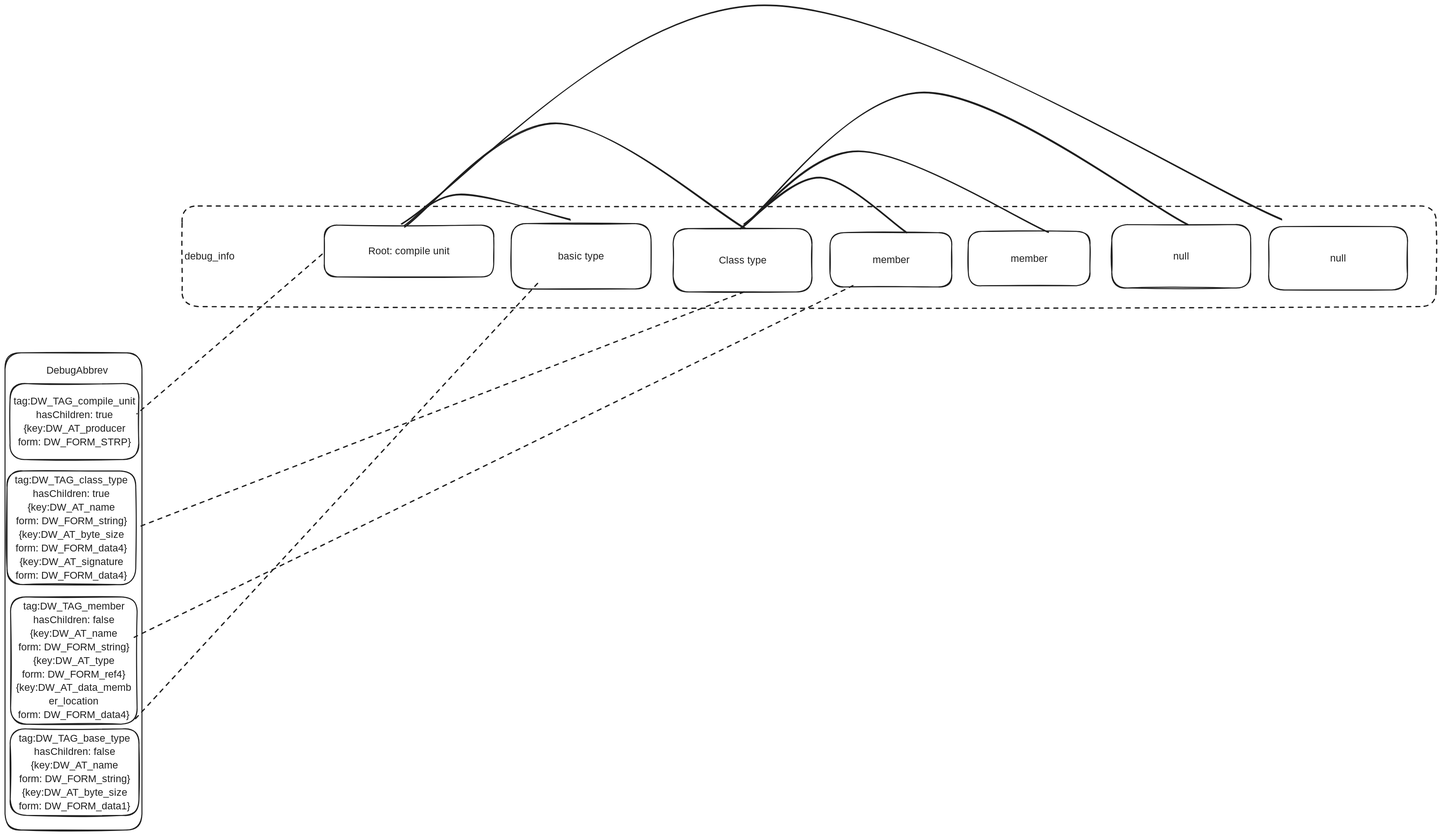
Before: docs/tech/debug_symbol/debugSymbol.excalidraw.svg, a diagram exported from Excalidraw (HerrCai0907/warpo). Source tidied: one line per element, renumbered; positions are measured from the earlier drawing's top-left corner, leaving out a move shared by most shapes.
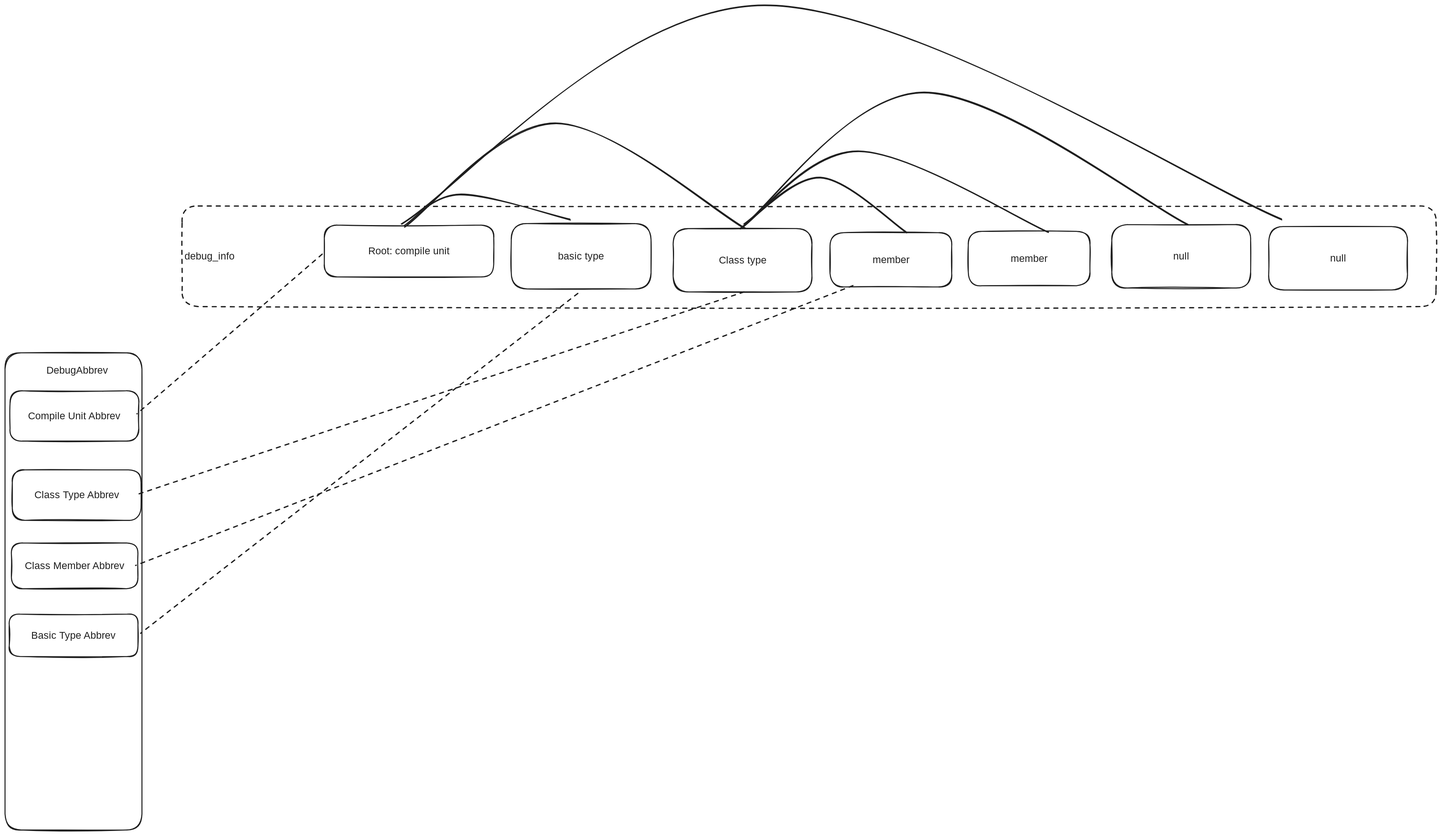
After the commit.

Commit message:
fix(as): remove size in debug symbol (#63)

Change to the diagram source:
```diff
@@ -2,25 +2,25 @@
 {"id": 1, "type": "text", "text": "Root: compile unit", "strokeColor": "#1e1e1e", "strokeWidth": 2, "roughness": 1, "fontSize": 20, "fontFamily": 6, "textAlign": "center", "verticalAlign": "middle", "inside": 0, "x": 722, "y": 475, "width": 163, "height": 27}
 {"id": 2, "type": "rectangle", "strokeColor": "#1e1e1e", "strokeWidth": 2, "roughness": 1, "round": true, "x": 0, "y": 691, "width": 272, "height": 948}
 {"id": 3, "type": "text", "text": "DebugAbbrev", "strokeColor": "#1e1e1e", "strokeWidth": 2, "roughness": 1, "fontSize": 20, "fontFamily": 6, "x": 82, "y": 712, "width": 127, "height": 27}
-{"id": 4, "type": "rectangle", "strokeColor": "#1e1e1e", "strokeWidth": 2, "roughness": 1, "round": true, "x": 10, "y": 752, "width": 256, "height": 151}
+{"id": 4, "type": "rectangle", "strokeColor": "#1e1e1e", "strokeWidth": 2, "roughness": 1, "round": true, "x": 10, "y": 766, "width": 256, "height": 100}
-{"id": 5, "type": "text", "text": "tag:DW_TAG_compile_unit\nhasChildren: true\n{key:DW_AT_producer\nform: DW_FORM_STRP}", "strokeColor": "#1e1e1e", "strokeWidth": 2, "strokeStyle": "dashed", "roughness": 1, "fontSize": 20, "fontFamily": 6, "textAlign": "center", "verticalAlign": "middle", "inside": 4, "x": 17, "y": 773, "width": 243, "height": 108}
+{"id": 5, "type": "text", "text": "Compile Unit Abbrev", "strokeColor": "#1e1e1e", "strokeWidth": 2, "strokeStyle": "dashed", "roughness": 1, "fontSize": 20, "fontFamily": 6, "textAlign": "center", "verticalAlign": "middle", "inside": 4, "x": 44, "y": 802, "width": 189, "height": 27}
 {"id": 6, "type": "line", "strokeColor": "#1e1e1e", "strokeWidth": 2, "strokeStyle": "dashed", "roughness": 1, "round": true, "x": 630, "y": 494, "width": 367, "height": 318, "points": [[0, 0], [-367, 318]]}
 {"id": 7, "type": "rectangle", "strokeColor": "#1e1e1e", "strokeWidth": 2, "strokeStyle": "dashed", "roughness": 1, "round": true, "x": 352, "y": 399, "width": 2494, "height": 200}
 {"id": 8, "type": "text", "text": "debug_info", "strokeColor": "#1e1e1e", "strokeWidth": 2, "strokeStyle": "dashed", "roughness": 1, "fontSize": 20, "fontFamily": 6, "verticalAlign": "middle", "inside": 7, "x": 357, "y": 485, "width": 101, "height": 27}
-{"id": 9, "type": "rectangle", "strokeColor": "#1e1e1e", "strokeWidth": 2, "roughness": 1, "round": true, "x": 4, "y": 925, "width": 256, "height": 226}
+{"id": 9, "type": "rectangle", "strokeColor": "#1e1e1e", "strokeWidth": 2, "roughness": 1, "round": true, "x": 14, "y": 923, "width": 256, "height": 100}
-{"id": 10, "type": "text", "text": "tag:DW_TAG_class_type\nhasChildren: true\n{key:DW_AT_name\nform: DW_FORM_string}\n{key:DW_AT_byte_size\nform: DW_FORM_data4}\n{key:DW_AT_signature\nform: DW_FORM_data4}", "strokeColor": "#1e1e1e", "strokeWidth": 2, "strokeStyle": "dashed", "roughness": 1, "fontSize": 20, "fontFamily": 6, "textAlign": "center", "verticalAlign": "middle", "inside": 9, "x": 20, "y": 930, "width": 224, "height": 216}
+{"id": 10, "type": "text", "text": "Class Type Abbrev", "strokeColor": "#1e1e1e", "strokeWidth": 2, "strokeStyle": "dashed", "roughness": 1, "fontSize": 20, "fontFamily": 6, "textAlign": "center", "verticalAlign": "middle", "inside": 9, "x": 58, "y": 960, "width": 170, "height": 27}
-{"id": 11, "type": "rectangle", "strokeColor": "#1e1e1e", "strokeWidth": 2, "roughness": 1, "round": true, "x": 11, "y": 1176, "width": 252, "height": 253}
+{"id": 11, "type": "rectangle", "strokeColor": "#1e1e1e", "strokeWidth": 2, "roughness": 1, "round": true, "x": 13, "y": 1069, "width": 252, "height": 91}
-{"id": 12, "type": "text", "text": "tag:DW_TAG_member\nhasChildren: false\n{key:DW_AT_name\nform: DW_FORM_string}\n{key:DW_AT_type\nform: DW_FORM_ref4}\n{key:DW_AT_data_memb\ner_location\nform: DW_FORM_data4}", "strokeColor": "#1e1e1e", "strokeWidth": 2, "strokeStyle": "dashed", "roughness": 1, "fontSize": 20, "fontFamily": 6, "textAlign": "center", "verticalAlign": "middle", "inside": 11, "x": 22, "y": 1181, "width": 229, "height": 243}
+{"id": 12, "type": "text", "text": "Class Member Abbrev", "strokeColor": "#1e1e1e", "strokeWidth": 2, "strokeStyle": "dashed", "roughness": 1, "fontSize": 20, "fontFamily": 6, "textAlign": "center", "verticalAlign": "middle", "inside": 11, "x": 38, "y": 1100, "width": 201, "height": 27}
-{"id": 13, "type": "rectangle", "strokeColor": "#1e1e1e", "strokeWidth": 2, "roughness": 1, "round": true, "x": 10, "y": 1438, "width": 256, "height": 172}
+{"id": 13, "type": "rectangle", "strokeColor": "#1e1e1e", "strokeWidth": 2, "roughness": 1, "round": true, "x": 8, "y": 1210, "width": 256, "height": 84}
-{"id": 14, "type": "text", "text": "tag:DW_TAG_base_type\nhasChildren: false\n{key:DW_AT_name\nform: DW_FORM_string}\n{key:DW_AT_byte_size\nform: DW_FORM_data1}", "strokeColor": "#1e1e1e", "strokeWidth": 2, "strokeStyle": "dashed", "roughness": 1, "fontSize": 20, "fontFamily": 6, "textAlign": "center", "verticalAlign": "middle", "inside": 13, "x": 26, "y": 1443, "width": 224, "height": 162}
+{"id": 14, "type": "text", "text": "Basic Type Abbrev", "strokeColor": "#1e1e1e", "strokeWidth": 2, "strokeStyle": "dashed", "roughness": 1, "fontSize": 20, "fontFamily": 6, "textAlign": "center", "verticalAlign": "middle", "inside": 13, "x": 52, "y": 1239, "width": 168, "height": 27}
 {"id": 15, "type": "rectangle", "strokeColor": "#1e1e1e", "strokeWidth": 2, "roughness": 1, "round": true, "x": 1329, "y": 444, "width": 276, "height": 126}
 {"id": 16, "type": "text", "text": "Class type", "strokeColor": "#1e1e1e", "strokeWidth": 2, "roughness": 1, "fontSize": 20, "fontFamily": 6, "textAlign": "center", "verticalAlign": "middle", "inside": 15, "x": 1419, "y": 493, "width": 95, "height": 27}
 {"id": 17, "type": "rectangle", "strokeColor": "#1e1e1e", "strokeWidth": 2, "roughness": 1, "round": true, "x": 2513, "y": 440, "width": 276, "height": 126}
 {"id": 18, "type": "text", "text": "null", "strokeColor": "#1e1e1e", "strokeWidth": 2, "roughness": 1, "fontSize": 20, "fontFamily": 6, "textAlign": "center", "verticalAlign": "middle", "inside": 17, "x": 2634, "y": 489, "width": 35, "height": 27}
-{"id": 19, "type": "line", "strokeColor": "#1e1e1e", "strokeWidth": 2, "strokeStyle": "dashed", "roughness": 1, "round": true, "x": 1060, "y": 552, "width": 805, "height": 872, "points": [[0, 0], [-805, 872]]}
+{"id": 19, "type": "line", "strokeColor": "#1e1e1e", "strokeWidth": 2, "strokeStyle": "dashed", "roughness": 1, "round": true, "x": 1140, "y": 572, "width": 870, "height": 677, "points": [[0, 0], [-870, 677]]}
 {"id": 20, "type": "rectangle", "strokeColor": "#1e1e1e", "strokeWidth": 2, "roughness": 1, "round": true, "x": 1007, "y": 434, "width": 278, "height": 130}
 {"id": 21, "type": "text", "text": "basic type", "strokeColor": "#1e1e1e", "strokeWidth": 2, "roughness": 1, "fontSize": 20, "fontFamily": 6, "textAlign": "center", "verticalAlign": "middle", "inside": 20, "x": 1100, "y": 485, "width": 91, "height": 27}
-{"id": 22, "type": "line", "strokeColor": "#1e1e1e", "strokeWidth": 2, "strokeStyle": "dashed", "roughness": 1, "round": true, "x": 1470, "y": 570, "width": 1207, "height": 468, "points": [[0, 0], [-1207, 468]]}
+{"id": 22, "type": "line", "strokeColor": "#1e1e1e", "strokeWidth": 2, "strokeStyle": "dashed", "roughness": 1, "round": true, "x": 1470, "y": 570, "width": 1203, "height": 401, "points": [[0, 0], [-1203, 401]]}
 {"id": 23, "type": "rectangle", "strokeColor": "#1e1e1e", "strokeWidth": 2, "roughness": 1, "round": true, "x": 1641, "y": 452, "width": 242, "height": 108}
 {"id": 24, "type": "text", "text": "member", "strokeColor": "#1e1e1e", "strokeWidth": 2, "roughness": 1, "fontSize": 20, "fontFamily": 6, "textAlign": "center", "verticalAlign": "middle", "inside": 23, "x": 1724, "y": 492, "width": 75, "height": 27}
 {"id": 25, "type": "rectangle", "strokeColor": "#1e1e1e", "strokeWidth": 2, "roughness": 1, "round": true, "x": 1916, "y": 449, "width": 242, "height": 108}
@@ -33,4 +33,4 @@
 {"id": 32, "type": "rectangle", "strokeColor": "#1e1e1e", "strokeWidth": 2, "roughness": 1, "round": true, "x": 2201, "y": 436, "width": 276, "height": 126}
 {"id": 33, "type": "text", "text": "null", "strokeColor": "#1e1e1e", "strokeWidth": 2, "roughness": 1, "fontSize": 20, "fontFamily": 6, "textAlign": "center", "verticalAlign": "middle", "inside": 32, "x": 2322, "y": 485, "width": 35, "height": 27}
 {"id": 34, "type": "line", "strokeColor": "#1e1e1e", "strokeWidth": 2, "roughness": 1, "round": true, "x": 789, "y": 434, "width": 1750, "height": 434, "points": [[0, 0], [721, -434], [1750, -8]]}
-{"id": 35, "type": "line", "strokeColor": "#1e1e1e", "strokeWidth": 2, "strokeStyle": "dashed", "roughness": 1, "round": true, "x": 1686, "y": 556, "width": 1429, "height": 700, "points": [[0, 0], [-1429, 700]]}
+{"id": 35, "type": "line", "strokeColor": "#1e1e1e", "strokeWidth": 2, "strokeStyle": "dashed", "roughness": 1, "round": true, "x": 1686, "y": 556, "width": 1426, "height": 557, "points": [[0, 0], [-1426, 557]]}
```
